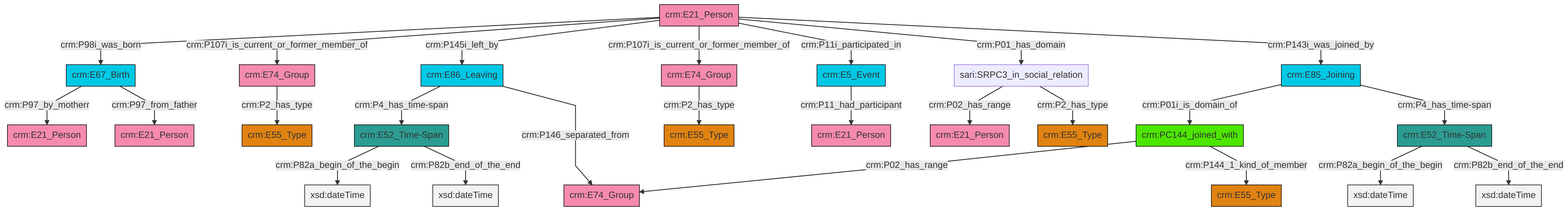
This is et/personCSV/ttl/mmd/png/Person_Actor_Relations.png from swiss-art-research-net/reference-data-models, a Mermaid export, as it was before one commit. Its source is kept beside it as et/personCSV/ttl/mmd/Person_Actor_Relations.ttl.mmd.
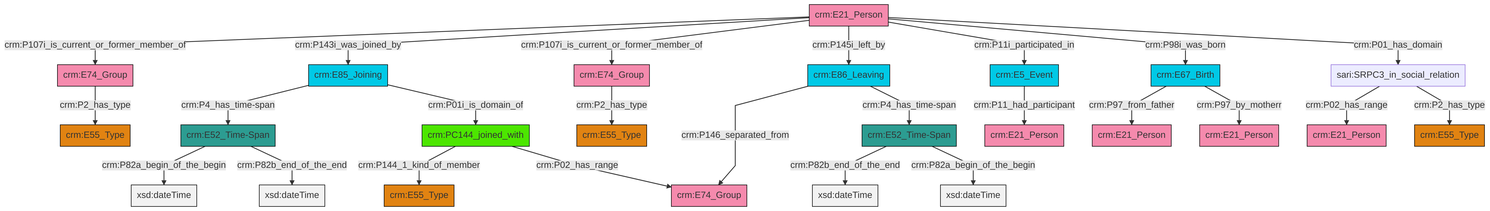
After the commit.

Diff of the diagram source:
```diff
@@ -13,27 +13,27 @@
 classDef PC_Classes fill:#4ce600, stroke:#000000;
 classDef Multi fill:#cccccc,stroke:#000000;
 
-0["crm:E86_Leaving"]:::Temporal_Entity -->|crm:P4_has_time-span| 1["crm:E52_Time-Span"]:::Time-Span
-2["crm:PC144_joined_with"]:::PC_Classes -->|crm:P02_has_range| 3["crm:E74_Group"]:::Actor
-4["crm:E21_Person"]:::Actor -->|crm:P98i_was_born| 5["crm:E67_Birth"]:::Temporal_Entity
-2["crm:PC144_joined_with"]:::PC_Classes -->|crm:P144_1_kind_of_member| 12["crm:E55_Type"]:::Type
-4["crm:E21_Person"]:::Actor -->|crm:P107i_is_current_or_former_member_of| 13["crm:E74_Group"]:::Actor
-1["crm:E52_Time-Span"]:::Time-Span -->|crm:P82a_begin_of_the_begin| 14[xsd:dateTime]:::Literal
-17["crm:E5_Event"]:::Temporal_Entity -->|crm:P11_had_participant| 18["crm:E21_Person"]:::Actor
-20["crm:E85_Joining"]:::Temporal_Entity -->|crm:P01i_is_domain_of| 2["crm:PC144_joined_with"]:::PC_Classes
-1["crm:E52_Time-Span"]:::Time-Span -->|crm:P82b_end_of_the_end| 23[xsd:dateTime]:::Literal
-0["crm:E86_Leaving"]:::Temporal_Entity -->|crm:P146_separated_from| 3["crm:E74_Group"]:::Actor
-10["crm:E74_Group"]:::Actor -->|crm:P2_has_type| 27["crm:E55_Type"]:::Type
-5["crm:E67_Birth"]:::Temporal_Entity -->|crm:P97_by_motherr| 21["crm:E21_Person"]:::Actor
-32["sari:SRPC3_in_social_relation"]:::Default -->|crm:P02_has_range| 15["crm:E21_Person"]:::Actor
-4["crm:E21_Person"]:::Actor -->|crm:P145i_left_by| 0["crm:E86_Leaving"]:::Temporal_Entity
-13["crm:E74_Group"]:::Actor -->|crm:P2_has_type| 8["crm:E55_Type"]:::Type
-32["sari:SRPC3_in_social_relation"]:::Default -->|crm:P2_has_type| 6["crm:E55_Type"]:::Type
-4["crm:E21_Person"]:::Actor -->|crm:P107i_is_current_or_former_member_of| 10["crm:E74_Group"]:::Actor
-5["crm:E67_Birth"]:::Temporal_Entity -->|crm:P97_from_father| 30["crm:E21_Person"]:::Actor
-38["crm:E52_Time-Span"]:::Time-Span -->|crm:P82a_begin_of_the_begin| 39[xsd:dateTime]:::Literal
-20["crm:E85_Joining"]:::Temporal_Entity -->|crm:P4_has_time-span| 38["crm:E52_Time-Span"]:::Time-Span
-4["crm:E21_Person"]:::Actor -->|crm:P11i_participated_in| 17["crm:E5_Event"]:::Temporal_Entity
-38["crm:E52_Time-Span"]:::Time-Span -->|crm:P82b_end_of_the_end| 40[xsd:dateTime]:::Literal
-4["crm:E21_Person"]:::Actor -->|crm:P01_has_domain| 32["sari:SRPC3_in_social_relation"]:::Default
-4["crm:E21_Person"]:::Actor -->|crm:P143i_was_joined_by| 20["crm:E85_Joining"]:::Temporal_Entity
+2["crm:E52_Time-Span"]:::Time-Span -->|crm:P82b_end_of_the_end| 3[xsd:dateTime]:::Literal
+0["crm:E67_Birth"]:::Temporal_Entity -->|crm:P97_from_father| 4["crm:E21_Person"]:::Actor
+5["crm:PC144_joined_with"]:::PC_Classes -->|crm:P144_1_kind_of_member| 6["crm:E55_Type"]:::Type
+5["crm:PC144_joined_with"]:::PC_Classes -->|crm:P02_has_range| 9["crm:E74_Group"]:::Actor
+0["crm:E67_Birth"]:::Temporal_Entity -->|crm:P97_by_motherr| 14["crm:E21_Person"]:::Actor
+17["crm:E74_Group"]:::Actor -->|crm:P2_has_type| 7["crm:E55_Type"]:::Type
+10["sari:SRPC3_in_social_relation"]:::Default -->|crm:P02_has_range| 19["crm:E21_Person"]:::Actor
+22["crm:E21_Person"]:::Actor -->|crm:P107i_is_current_or_former_member_of| 15["crm:E74_Group"]:::Actor
+22["crm:E21_Person"]:::Actor -->|crm:P143i_was_joined_by| 23["crm:E85_Joining"]:::Temporal_Entity
+22["crm:E21_Person"]:::Actor -->|crm:P107i_is_current_or_former_member_of| 17["crm:E74_Group"]:::Actor
+22["crm:E21_Person"]:::Actor -->|crm:P145i_left_by| 24["crm:E86_Leaving"]:::Temporal_Entity
+12["crm:E52_Time-Span"]:::Time-Span -->|crm:P82a_begin_of_the_begin| 29[xsd:dateTime]:::Literal
+24["crm:E86_Leaving"]:::Temporal_Entity -->|crm:P146_separated_from| 9["crm:E74_Group"]:::Actor
+22["crm:E21_Person"]:::Actor -->|crm:P11i_participated_in| 30["crm:E5_Event"]:::Temporal_Entity
+2["crm:E52_Time-Span"]:::Time-Span -->|crm:P82a_begin_of_the_begin| 32[xsd:dateTime]:::Literal
+22["crm:E21_Person"]:::Actor -->|crm:P98i_was_born| 0["crm:E67_Birth"]:::Temporal_Entity
+15["crm:E74_Group"]:::Actor -->|crm:P2_has_type| 33["crm:E55_Type"]:::Type
+22["crm:E21_Person"]:::Actor -->|crm:P01_has_domain| 10["sari:SRPC3_in_social_relation"]:::Default
+30["crm:E5_Event"]:::Temporal_Entity -->|crm:P11_had_participant| 36["crm:E21_Person"]:::Actor
+23["crm:E85_Joining"]:::Temporal_Entity -->|crm:P4_has_time-span| 12["crm:E52_Time-Span"]:::Time-Span
+24["crm:E86_Leaving"]:::Temporal_Entity -->|crm:P4_has_time-span| 2["crm:E52_Time-Span"]:::Time-Span
+12["crm:E52_Time-Span"]:::Time-Span -->|crm:P82b_end_of_the_end| 40[xsd:dateTime]:::Literal
+23["crm:E85_Joining"]:::Temporal_Entity -->|crm:P01i_is_domain_of| 5["crm:PC144_joined_with"]:::PC_Classes
+10["sari:SRPC3_in_social_relation"]:::Default -->|crm:P2_has_type| 44["crm:E55_Type"]:::Type
```
